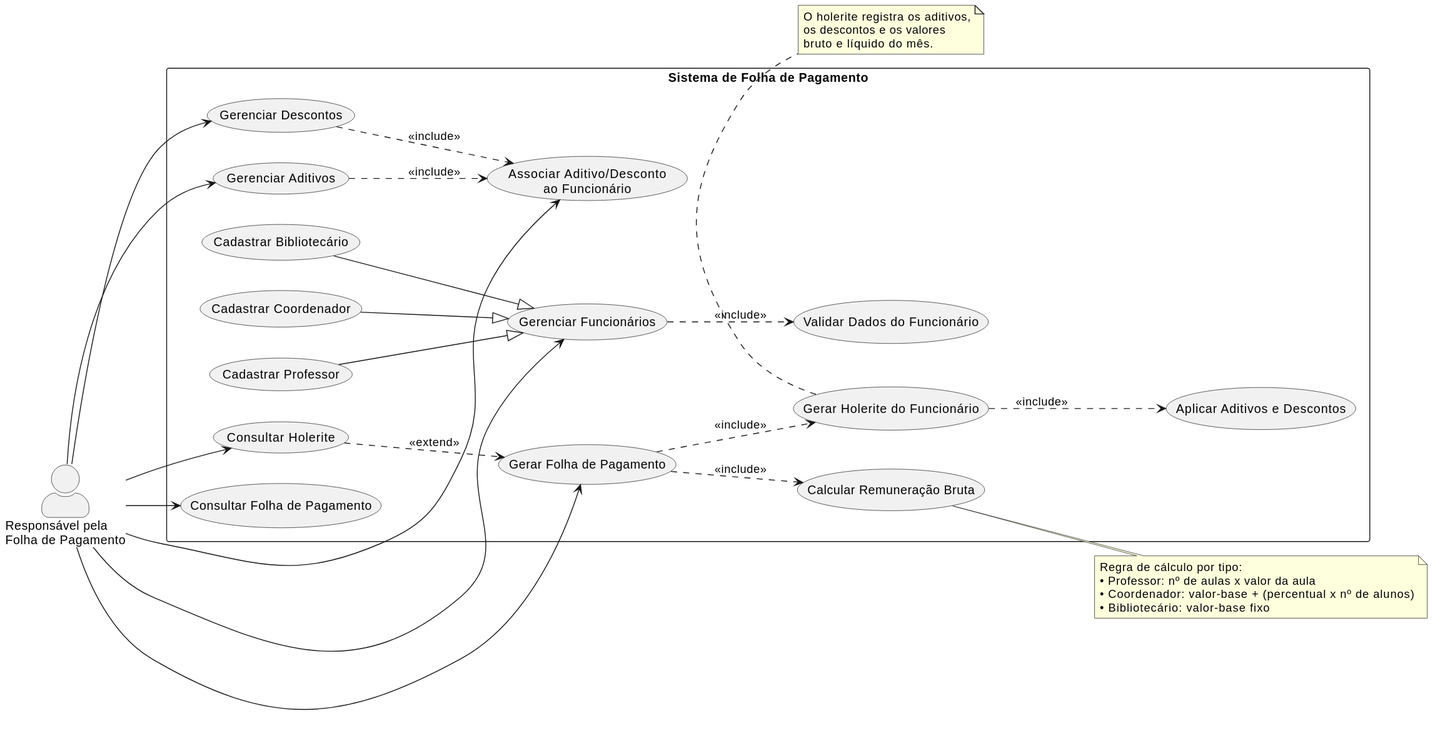
Above: docs/diagrama-caso-de-uso.svg in imepac-aulas/poo-folhaPagamento-2026-02 (PlantUML), before the change.
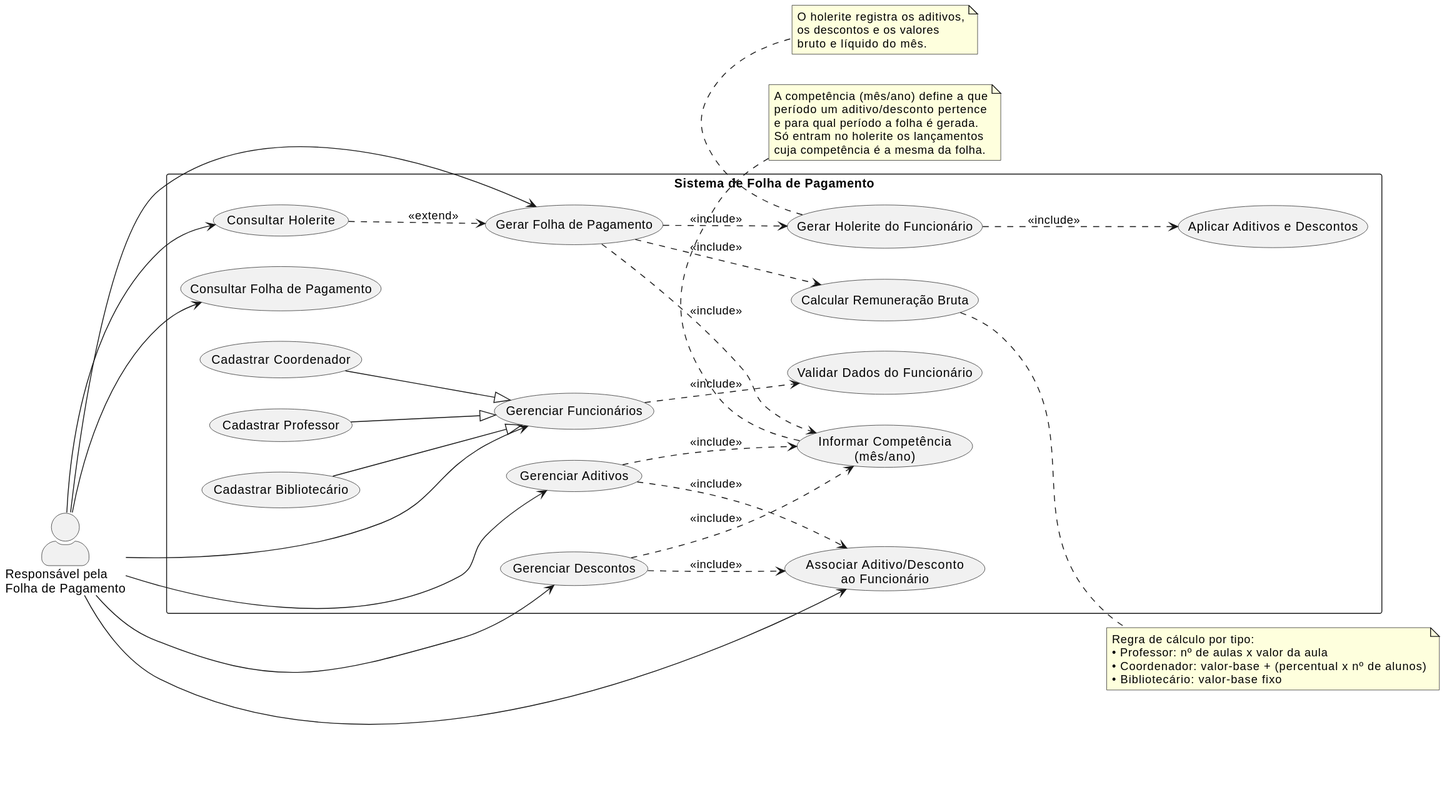
The same diagram one commit later.

Commit message:
Atualiza diagrama de caso de uso com a Competência

What changed in the source:
```diff
@@ -18,6 +18,7 @@
   usecase "Gerenciar Aditivos" as UC2
   usecase "Gerenciar Descontos" as UC3
   usecase "Associar Aditivo/Desconto\nao Funcionário" as UC4
+  usecase "Informar Competência\n(mês/ano)" as UC11
 
   usecase "Gerar Folha de Pagamento" as UC5
   usecase "Calcular Remuneração Bruta" as UC6
@@ -43,10 +44,13 @@
 UC1  ..> UC1V : <<include>>
 UC2  ..> UC4  : <<include>>
 UC3  ..> UC4  : <<include>>
+UC2  ..> UC11 : <<include>>
+UC3  ..> UC11 : <<include>>
 
 UC5  ..> UC6  : <<include>>
 UC5  ..> UC8  : <<include>>
 UC8  ..> UC7  : <<include>>
+UC5  ..> UC11 : <<include>>
 
 UC9  ..> UC5  : <<extend>>
 
@@ -62,4 +66,12 @@
   os descontos e os valores
   bruto e líquido do mês.
 end note
+
+note bottom of UC11
+  A competência (mês/ano) define a que
+  período um aditivo/desconto pertence
+  e para qual período a folha é gerada.
+  Só entram no holerite os lançamentos
+  cuja competência é a mesma da folha.
+end note
 @enduml
```
